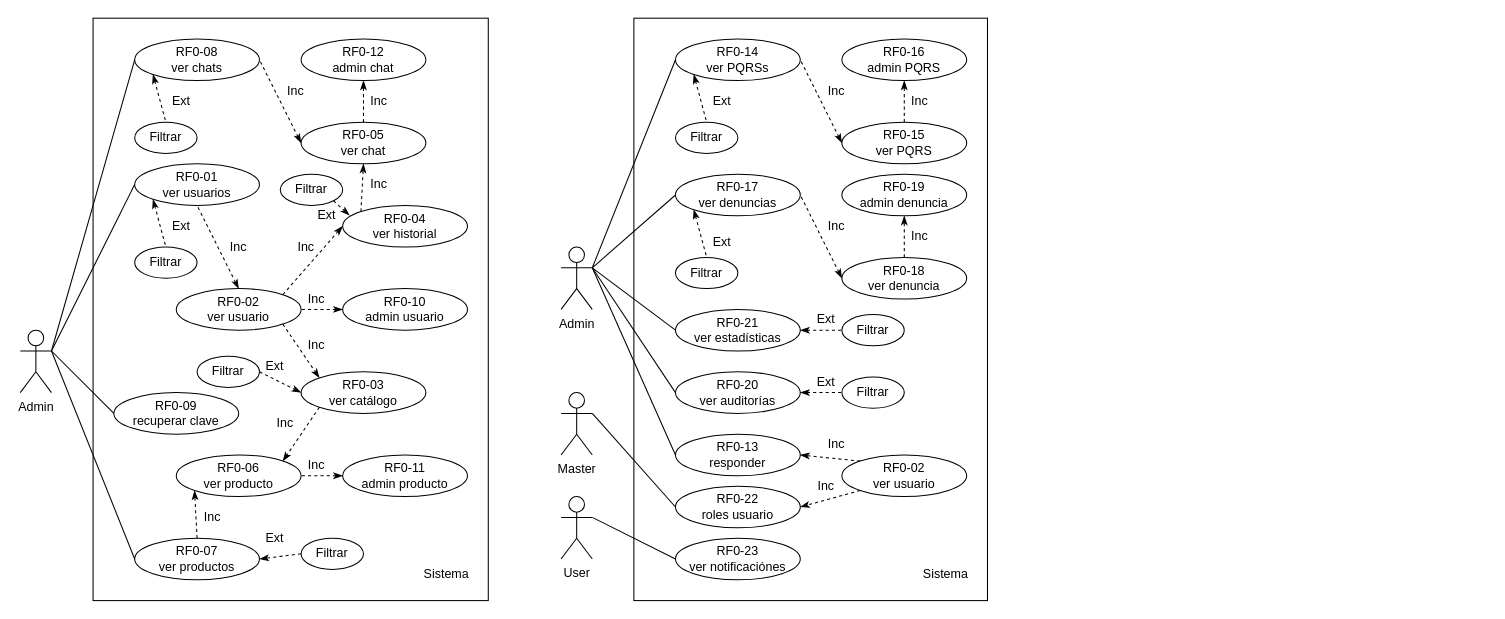
Before: Desktop/desktop.drawio in OmarsaurioJordan/tu_mercado_sena, a draw.io diagram. Source tidied: cells renumbered, new cells numbered last; positions are measured from the earlier drawing's top-left corner, leaving out a move shared by most shapes. Both pictures are drawn from the tidied source at 104%, with x=0, y=0 at pixel (20, 18).
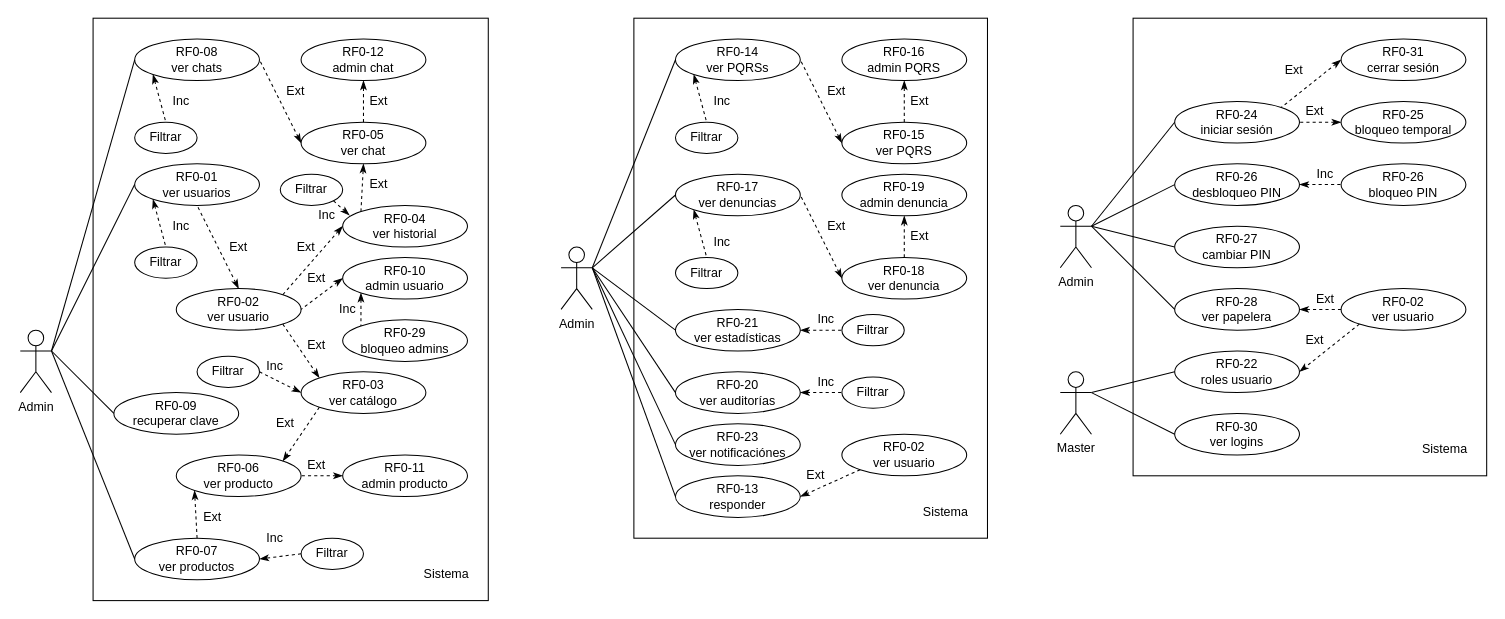
Above is the later version.

Commit message (it also covers changes not shown here):
agregados casos de uso, requerimientos y diagramas a desktop

The edit, as a diff of the source:
```diff
@@
     <mxCell id="2" style="rounded=0;whiteSpace=wrap;html=1;" parent="1" vertex="1">
-      <mxGeometry x="590" width="340" height="560" as="geometry" />
+      <mxGeometry x="590" width="340" height="500" as="geometry" />
     </mxCell>
@@
     <mxCell id="13" value="RF0-10&lt;div&gt;admin usuario&lt;/div&gt;" style="ellipse;whiteSpace=wrap;html=1;" parent="1" vertex="1">
-      <mxGeometry x="310" y="260" width="120" height="40" as="geometry" />
+      <mxGeometry x="310" y="230" width="120" height="40" as="geometry" />
     </mxCell>
@@
     <mxCell id="16" value="RF0-13&lt;div&gt;responder&lt;/div&gt;" style="ellipse;whiteSpace=wrap;html=1;" parent="1" vertex="1">
-      <mxGeometry x="630" y="400" width="120" height="40" as="geometry" />
+      <mxGeometry x="630" y="440" width="120" height="40" as="geometry" />
     </mxCell>
@@
-    <mxCell id="25" value="RF0-22&lt;div&gt;roles usuario&lt;/div&gt;" style="ellipse;whiteSpace=wrap;html=1;" parent="1" vertex="1">
-      <mxGeometry x="630" y="450" width="120" height="40" as="geometry" />
-    </mxCell>
     <mxCell id="26" value="RF0-23&lt;div&gt;ver notificaciónes&lt;/div&gt;" style="ellipse;whiteSpace=wrap;html=1;" parent="1" vertex="1">
-      <mxGeometry x="630" y="500" width="120" height="40" as="geometry" />
+      <mxGeometry x="630" y="390" width="120" height="40" as="geometry" />
     </mxCell>
@@
-    <mxCell id="47" value="Inc" style="text;html=1;align=center;verticalAlign=middle;whiteSpace=wrap;rounded=0;" parent="1" vertex="1">
+    <mxCell id="47" value="Ext" style="text;html=1;align=center;verticalAlign=middle;whiteSpace=wrap;rounded=0;" parent="1" vertex="1">
       <mxGeometry x="250" y="60" width="30" height="20" as="geometry" />
     </mxCell>
-    <mxCell id="48" value="Ext" style="text;html=1;align=center;verticalAlign=middle;whiteSpace=wrap;rounded=0;" parent="1" vertex="1">
+    <mxCell id="48" value="Inc" style="text;html=1;align=center;verticalAlign=middle;whiteSpace=wrap;rounded=0;" parent="1" vertex="1">
       <mxGeometry x="230" y="490" width="30" height="20" as="geometry" />
     </mxCell>
-    <mxCell id="49" value="Ext" style="text;html=1;align=center;verticalAlign=middle;whiteSpace=wrap;rounded=0;" parent="1" vertex="1">
+    <mxCell id="49" value="Inc" style="text;html=1;align=center;verticalAlign=middle;whiteSpace=wrap;rounded=0;" parent="1" vertex="1">
       <mxGeometry x="140" y="190" width="30" height="20" as="geometry" />
     </mxCell>
-    <mxCell id="50" value="Ext" style="text;html=1;align=center;verticalAlign=middle;whiteSpace=wrap;rounded=0;" parent="1" vertex="1">
+    <mxCell id="50" value="Inc" style="text;html=1;align=center;verticalAlign=middle;whiteSpace=wrap;rounded=0;" parent="1" vertex="1">
       <mxGeometry x="140" y="70" width="30" height="20" as="geometry" />
     </mxCell>
-    <mxCell id="51" value="Inc" style="text;html=1;align=center;verticalAlign=middle;whiteSpace=wrap;rounded=0;" parent="1" vertex="1">
+    <mxCell id="51" value="Ext" style="text;html=1;align=center;verticalAlign=middle;whiteSpace=wrap;rounded=0;" parent="1" vertex="1">
       <mxGeometry x="330" y="70" width="30" height="20" as="geometry" />
     </mxCell>
-    <mxCell id="52" value="Inc" style="text;html=1;align=center;verticalAlign=middle;whiteSpace=wrap;rounded=0;" parent="1" vertex="1">
+    <mxCell id="52" value="Ext" style="text;html=1;align=center;verticalAlign=middle;whiteSpace=wrap;rounded=0;" parent="1" vertex="1">
       <mxGeometry x="330" y="150" width="30" height="20" as="geometry" />
     </mxCell>
-    <mxCell id="53" value="Inc" style="text;html=1;align=center;verticalAlign=middle;whiteSpace=wrap;rounded=0;" parent="1" vertex="1">
+    <mxCell id="53" value="Ext" style="text;html=1;align=center;verticalAlign=middle;whiteSpace=wrap;rounded=0;" parent="1" vertex="1">
       <mxGeometry x="260" y="210" width="30" height="20" as="geometry" />
     </mxCell>
-    <mxCell id="54" value="Inc" style="text;html=1;align=center;verticalAlign=middle;whiteSpace=wrap;rounded=0;" parent="1" vertex="1">
+    <mxCell id="54" value="Ext" style="text;html=1;align=center;verticalAlign=middle;whiteSpace=wrap;rounded=0;" parent="1" vertex="1">
       <mxGeometry x="195" y="210" width="30" height="20" as="geometry" />
     </mxCell>
-    <mxCell id="55" value="Inc" style="text;html=1;align=center;verticalAlign=middle;whiteSpace=wrap;rounded=0;" parent="1" vertex="1">
-      <mxGeometry x="270" y="260" width="30" height="20" as="geometry" />
+    <mxCell id="55" value="Ext" style="text;html=1;align=center;verticalAlign=middle;whiteSpace=wrap;rounded=0;" parent="1" vertex="1">
+      <mxGeometry x="270" y="240" width="30" height="20" as="geometry" />
     </mxCell>
-    <mxCell id="56" value="Inc" style="text;html=1;align=center;verticalAlign=middle;whiteSpace=wrap;rounded=0;" parent="1" vertex="1">
+    <mxCell id="56" value="Ext" style="text;html=1;align=center;verticalAlign=middle;whiteSpace=wrap;rounded=0;" parent="1" vertex="1">
       <mxGeometry x="270" y="305" width="30" height="20" as="geometry" />
     </mxCell>
-    <mxCell id="57" value="Inc" style="text;html=1;align=center;verticalAlign=middle;whiteSpace=wrap;rounded=0;" parent="1" vertex="1">
+    <mxCell id="57" value="Ext" style="text;html=1;align=center;verticalAlign=middle;whiteSpace=wrap;rounded=0;" parent="1" vertex="1">
       <mxGeometry x="240" y="380" width="30" height="20" as="geometry" />
     </mxCell>
-    <mxCell id="58" value="Inc" style="text;html=1;align=center;verticalAlign=middle;whiteSpace=wrap;rounded=0;" parent="1" vertex="1">
+    <mxCell id="58" value="Ext" style="text;html=1;align=center;verticalAlign=middle;whiteSpace=wrap;rounded=0;" parent="1" vertex="1">
       <mxGeometry x="270" y="420" width="30" height="20" as="geometry" />
     </mxCell>
-    <mxCell id="59" value="Inc" style="text;html=1;align=center;verticalAlign=middle;whiteSpace=wrap;rounded=0;" parent="1" vertex="1">
+    <mxCell id="59" value="Ext" style="text;html=1;align=center;verticalAlign=middle;whiteSpace=wrap;rounded=0;" parent="1" vertex="1">
       <mxGeometry x="170" y="470" width="30" height="20" as="geometry" />
     </mxCell>
@@
     <mxCell id="63" value="Sistema" style="text;html=1;align=center;verticalAlign=middle;whiteSpace=wrap;rounded=0;" parent="1" vertex="1">
-      <mxGeometry x="860" y="520" width="60" height="30" as="geometry" />
+      <mxGeometry x="860" y="460" width="60" height="30" as="geometry" />
     </mxCell>
@@
-    <mxCell id="66" value="Ext" style="text;html=1;align=center;verticalAlign=middle;whiteSpace=wrap;rounded=0;" parent="1" vertex="1">
+    <mxCell id="66" value="Inc" style="text;html=1;align=center;verticalAlign=middle;whiteSpace=wrap;rounded=0;" parent="1" vertex="1">
       <mxGeometry x="660" y="70" width="30" height="20" as="geometry" />
     </mxCell>
@@
-    <mxCell id="69" value="Ext" style="text;html=1;align=center;verticalAlign=middle;whiteSpace=wrap;rounded=0;" parent="1" vertex="1">
+    <mxCell id="69" value="Inc" style="text;html=1;align=center;verticalAlign=middle;whiteSpace=wrap;rounded=0;" parent="1" vertex="1">
       <mxGeometry x="660" y="206" width="30" height="20" as="geometry" />
     </mxCell>
@@
-    <mxCell id="72" value="Inc" style="text;html=1;align=center;verticalAlign=middle;whiteSpace=wrap;rounded=0;" parent="1" vertex="1">
+    <mxCell id="72" value="Ext" style="text;html=1;align=center;verticalAlign=middle;whiteSpace=wrap;rounded=0;" parent="1" vertex="1">
       <mxGeometry x="770" y="60" width="30" height="20" as="geometry" />
     </mxCell>
-    <mxCell id="73" value="Inc" style="text;html=1;align=center;verticalAlign=middle;whiteSpace=wrap;rounded=0;" parent="1" vertex="1">
+    <mxCell id="73" value="Ext" style="text;html=1;align=center;verticalAlign=middle;whiteSpace=wrap;rounded=0;" parent="1" vertex="1">
       <mxGeometry x="850" y="70" width="30" height="20" as="geometry" />
     </mxCell>
@@
-    <mxCell id="76" value="Inc" style="text;html=1;align=center;verticalAlign=middle;whiteSpace=wrap;rounded=0;" parent="1" vertex="1">
+    <mxCell id="76" value="Ext" style="text;html=1;align=center;verticalAlign=middle;whiteSpace=wrap;rounded=0;" parent="1" vertex="1">
       <mxGeometry x="770" y="190" width="30" height="20" as="geometry" />
     </mxCell>
-    <mxCell id="77" value="Inc" style="text;html=1;align=center;verticalAlign=middle;whiteSpace=wrap;rounded=0;" parent="1" vertex="1">
+    <mxCell id="77" value="Ext" style="text;html=1;align=center;verticalAlign=middle;whiteSpace=wrap;rounded=0;" parent="1" vertex="1">
       <mxGeometry x="850" y="200" width="30" height="20" as="geometry" />
     </mxCell>
-    <mxCell id="78" value="User" style="shape=umlActor;verticalLabelPosition=bottom;verticalAlign=top;html=1;outlineConnect=0;" parent="1" vertex="1">
-      <mxGeometry x="520" y="460" width="30" height="60" as="geometry" />
-    </mxCell>
@@
-    <mxCell id="86" value="Ext" style="text;html=1;align=center;verticalAlign=middle;whiteSpace=wrap;rounded=0;" parent="1" vertex="1">
+    <mxCell id="86" value="Inc" style="text;html=1;align=center;verticalAlign=middle;whiteSpace=wrap;rounded=0;" parent="1" vertex="1">
       <mxGeometry x="760" y="280" width="30" height="20" as="geometry" />
     </mxCell>
-    <mxCell id="87" value="Ext" style="text;html=1;align=center;verticalAlign=middle;whiteSpace=wrap;rounded=0;" parent="1" vertex="1">
+    <mxCell id="87" value="Inc" style="text;html=1;align=center;verticalAlign=middle;whiteSpace=wrap;rounded=0;" parent="1" vertex="1">
       <mxGeometry x="760" y="340" width="30" height="20" as="geometry" />
     </mxCell>
@@
-    <mxCell id="89" value="Master" style="shape=umlActor;verticalLabelPosition=bottom;verticalAlign=top;html=1;outlineConnect=0;" parent="1" vertex="1">
-      <mxGeometry x="520" y="360" width="30" height="60" as="geometry" />
-    </mxCell>
-    <mxCell id="90" style="endArrow=none;html=1;rounded=0;entryX=0;entryY=0.5;entryDx=0;entryDy=0;exitX=1;exitY=0.3333333333333333;exitDx=0;exitDy=0;exitPerimeter=0;" parent="1" edge="1" source="89" target="25">
-      <mxGeometry relative="1" as="geometry" />
-    </mxCell>
-    <mxCell id="91" style="endArrow=none;html=1;rounded=0;entryX=0;entryY=0.5;entryDx=0;entryDy=0;exitX=1;exitY=0.3333333333333333;exitDx=0;exitDy=0;exitPerimeter=0;" parent="1" edge="1" source="78" target="26">
-      <mxGeometry relative="1" as="geometry" />
+    <mxCell id="91" style="endArrow=none;html=1;rounded=0;entryX=0;entryY=0.5;entryDx=0;entryDy=0;" parent="1" edge="1" target="26">
+      <mxGeometry relative="1" as="geometry">
+        <mxPoint x="550" y="240" as="sourcePoint" />
+      </mxGeometry>
     </mxCell>
     <mxCell id="92" value="RF0-02&lt;div&gt;ver usuario&lt;/div&gt;" style="ellipse;whiteSpace=wrap;html=1;" parent="1" vertex="1">
-      <mxGeometry x="790" y="420" width="120" height="40" as="geometry" />
+      <mxGeometry x="790" y="400" width="120" height="40" as="geometry" />
     </mxCell>
-    <mxCell id="93" style="endArrow=classicThin;dashed=1;html=1;rounded=0;entryX=1;entryY=0.5;entryDx=0;entryDy=0;startArrow=none;startFill=0;endFill=1;exitX=0;exitY=1;exitDx=0;exitDy=0;" parent="1" edge="1" source="92" target="25">
-      <mxGeometry relative="1" as="geometry" />
-    </mxCell>
-    <mxCell id="94" value="Inc" style="text;html=1;align=center;verticalAlign=middle;whiteSpace=wrap;rounded=0;" parent="1" vertex="1">
-      <mxGeometry x="760" y="440" width="30" height="20" as="geometry" />
-    </mxCell>
-    <mxCell id="95" style="endArrow=classicThin;dashed=1;html=1;rounded=0;entryX=1;entryY=0.5;entryDx=0;entryDy=0;startArrow=none;startFill=0;endFill=1;exitX=0;exitY=0;exitDx=0;exitDy=0;" parent="1" edge="1" source="92" target="16">
+    <mxCell id="95" style="endArrow=classicThin;dashed=1;html=1;rounded=0;entryX=1;entryY=0.5;entryDx=0;entryDy=0;startArrow=none;startFill=0;endFill=1;exitX=0;exitY=1;exitDx=0;exitDy=0;" parent="1" edge="1" source="92" target="16">
       <mxGeometry relative="1" as="geometry" />
     </mxCell>
-    <mxCell id="96" value="Inc" style="text;html=1;align=center;verticalAlign=middle;whiteSpace=wrap;rounded=0;" parent="1" vertex="1">
-      <mxGeometry x="770" y="400" width="30" height="20" as="geometry" />
+    <mxCell id="96" value="Ext" style="text;html=1;align=center;verticalAlign=middle;whiteSpace=wrap;rounded=0;" parent="1" vertex="1">
+      <mxGeometry x="750" y="430" width="30" height="20" as="geometry" />
     </mxCell>
@@
-    <mxCell id="99" value="Ext" style="text;html=1;align=center;verticalAlign=middle;whiteSpace=wrap;rounded=0;" parent="1" vertex="1">
+    <mxCell id="99" value="Inc" style="text;html=1;align=center;verticalAlign=middle;whiteSpace=wrap;rounded=0;" parent="1" vertex="1">
       <mxGeometry x="230" y="325" width="30" height="20" as="geometry" />
     </mxCell>
@@
-    <mxCell id="102" value="Ext" style="text;html=1;align=center;verticalAlign=middle;whiteSpace=wrap;rounded=0;" parent="1" vertex="1">
+    <mxCell id="102" value="Inc" style="text;html=1;align=center;verticalAlign=middle;whiteSpace=wrap;rounded=0;" parent="1" vertex="1">
       <mxGeometry x="280" y="180" width="30" height="20" as="geometry" />
     </mxCell>
@@
+    <mxCell id="104" style="rounded=0;whiteSpace=wrap;html=1;" parent="1" vertex="1">
+      <mxGeometry x="1070" width="340" height="440" as="geometry" />
+    </mxCell>
+    <mxCell id="105" value="RF0-24&lt;div&gt;iniciar sesión&lt;/div&gt;" style="ellipse;whiteSpace=wrap;html=1;" parent="1" vertex="1">
+      <mxGeometry x="1110" y="80" width="120" height="40" as="geometry" />
+    </mxCell>
+    <mxCell id="106" value="RF0-26&lt;div&gt;desbloqueo PIN&lt;/div&gt;" style="ellipse;whiteSpace=wrap;html=1;" parent="1" vertex="1">
+      <mxGeometry x="1110" y="140" width="120" height="40" as="geometry" />
+    </mxCell>
+    <mxCell id="107" value="Admin" style="shape=umlActor;verticalLabelPosition=bottom;verticalAlign=top;html=1;outlineConnect=0;" parent="1" vertex="1">
+      <mxGeometry x="1000" y="180" width="30" height="60" as="geometry" />
+    </mxCell>
+    <mxCell id="108" value="Sistema" style="text;html=1;align=center;verticalAlign=middle;whiteSpace=wrap;rounded=0;" parent="1" vertex="1">
+      <mxGeometry x="1340" y="400" width="60" height="30" as="geometry" />
+    </mxCell>
+    <mxCell id="109" style="endArrow=none;dashed=1;html=1;rounded=0;entryX=1;entryY=0.5;entryDx=0;entryDy=0;endFill=0;startArrow=classicThin;startFill=1;exitX=0;exitY=0.5;exitDx=0;exitDy=0;" parent="1" edge="1" source="116" target="105">
+      <mxGeometry relative="1" as="geometry" />
+    </mxCell>
+    <mxCell id="110" value="Ext" style="text;html=1;align=center;verticalAlign=middle;whiteSpace=wrap;rounded=0;" parent="1" vertex="1">
+      <mxGeometry x="1230" y="80" width="30" height="20" as="geometry" />
+    </mxCell>
+    <mxCell id="111" style="endArrow=none;html=1;rounded=0;entryX=0;entryY=0.5;entryDx=0;entryDy=0;exitX=1;exitY=0.3333333333333333;exitDx=0;exitDy=0;exitPerimeter=0;" parent="1" edge="1" source="107" target="118">
+      <mxGeometry relative="1" as="geometry" />
+    </mxCell>
+    <mxCell id="112" style="endArrow=none;html=1;rounded=0;entryX=0;entryY=0.5;entryDx=0;entryDy=0;" parent="1" edge="1" target="106">
+      <mxGeometry relative="1" as="geometry">
+        <mxPoint x="1030" y="200" as="sourcePoint" />
+      </mxGeometry>
+    </mxCell>
+    <mxCell id="113" style="endArrow=none;html=1;rounded=0;entryX=0;entryY=0.5;entryDx=0;entryDy=0;" parent="1" edge="1" target="105">
+      <mxGeometry relative="1" as="geometry">
+        <mxPoint x="1030" y="200" as="sourcePoint" />
+      </mxGeometry>
+    </mxCell>
+    <mxCell id="114" style="endArrow=none;dashed=1;html=1;rounded=0;exitX=1;exitY=0.5;exitDx=0;exitDy=0;entryX=0;entryY=0.5;entryDx=0;entryDy=0;endFill=0;startArrow=classicThin;startFill=1;" parent="1" edge="1" source="106" target="117">
+      <mxGeometry relative="1" as="geometry" />
+    </mxCell>
+    <mxCell id="115" value="Inc" style="text;html=1;align=center;verticalAlign=middle;whiteSpace=wrap;rounded=0;" parent="1" vertex="1">
+      <mxGeometry x="1240" y="140" width="30" height="20" as="geometry" />
+    </mxCell>
+    <mxCell id="116" value="RF0-25&lt;div&gt;bloqueo temporal&lt;/div&gt;" style="ellipse;whiteSpace=wrap;html=1;" parent="1" vertex="1">
+      <mxGeometry x="1270" y="80" width="120" height="40" as="geometry" />
+    </mxCell>
+    <mxCell id="117" value="RF0-26&lt;div&gt;bloqueo PIN&lt;/div&gt;" style="ellipse;whiteSpace=wrap;html=1;" parent="1" vertex="1">
+      <mxGeometry x="1270" y="140" width="120" height="40" as="geometry" />
+    </mxCell>
+    <mxCell id="118" value="RF0-27&lt;div&gt;cambiar PIN&lt;/div&gt;" style="ellipse;whiteSpace=wrap;html=1;" parent="1" vertex="1">
+      <mxGeometry x="1110" y="200" width="120" height="40" as="geometry" />
+    </mxCell>
+    <mxCell id="119" value="RF0-28&lt;div&gt;ver papelera&lt;/div&gt;" style="ellipse;whiteSpace=wrap;html=1;" parent="1" vertex="1">
+      <mxGeometry x="1110" y="260" width="120" height="40" as="geometry" />
+    </mxCell>
+    <mxCell id="120" style="endArrow=none;html=1;rounded=0;entryX=0;entryY=0.5;entryDx=0;entryDy=0;" parent="1" edge="1" target="119">
+      <mxGeometry relative="1" as="geometry">
+        <mxPoint x="1030" y="200" as="sourcePoint" />
+      </mxGeometry>
+    </mxCell>
+    <mxCell id="121" value="RF0-02&lt;div&gt;ver usuario&lt;/div&gt;" style="ellipse;whiteSpace=wrap;html=1;" parent="1" vertex="1">
+      <mxGeometry x="1270" y="260" width="120" height="40" as="geometry" />
+    </mxCell>
+    <mxCell id="122" style="endArrow=classicThin;dashed=1;html=1;rounded=0;entryX=1;entryY=0.5;entryDx=0;entryDy=0;startArrow=none;startFill=0;endFill=1;exitX=0;exitY=0.5;exitDx=0;exitDy=0;" parent="1" edge="1" source="121" target="119">
+      <mxGeometry relative="1" as="geometry" />
+    </mxCell>
+    <mxCell id="123" value="Ext" style="text;html=1;align=center;verticalAlign=middle;whiteSpace=wrap;rounded=0;" parent="1" vertex="1">
+      <mxGeometry x="1240" y="260" width="30" height="20" as="geometry" />
+    </mxCell>
+    <mxCell id="124" value="RF0-29&lt;div&gt;bloqueo admins&lt;/div&gt;" style="ellipse;whiteSpace=wrap;html=1;" parent="1" vertex="1">
+      <mxGeometry x="310" y="290" width="120" height="40" as="geometry" />
+    </mxCell>
+    <mxCell id="125" style="endArrow=none;dashed=1;html=1;rounded=0;exitX=0;exitY=1;exitDx=0;exitDy=0;entryX=0;entryY=0;entryDx=0;entryDy=0;startArrow=classicThin;startFill=1;" parent="1" edge="1" source="13" target="124">
+      <mxGeometry relative="1" as="geometry" />
+    </mxCell>
+    <mxCell id="126" value="Inc" style="text;html=1;align=center;verticalAlign=middle;whiteSpace=wrap;rounded=0;" parent="1" vertex="1">
+      <mxGeometry x="300" y="270" width="30" height="20" as="geometry" />
+    </mxCell>
+    <mxCell id="89" value="Master" style="shape=umlActor;verticalLabelPosition=bottom;verticalAlign=top;html=1;outlineConnect=0;" parent="1" vertex="1">
+      <mxGeometry x="1000" y="340" width="30" height="60" as="geometry" />
+    </mxCell>
+    <mxCell id="127" value="RF0-30&lt;div&gt;ver logins&lt;/div&gt;" style="ellipse;whiteSpace=wrap;html=1;" parent="1" vertex="1">
+      <mxGeometry x="1110" y="380" width="120" height="40" as="geometry" />
+    </mxCell>
+    <mxCell id="128" style="endArrow=none;html=1;rounded=0;entryX=0;entryY=0.5;entryDx=0;entryDy=0;exitX=1;exitY=0.3333333333333333;exitDx=0;exitDy=0;exitPerimeter=0;" parent="1" edge="1" source="89" target="127">
+      <mxGeometry relative="1" as="geometry" />
+    </mxCell>
+    <mxCell id="25" value="RF0-22&lt;div&gt;roles usuario&lt;/div&gt;" style="ellipse;whiteSpace=wrap;html=1;" parent="1" vertex="1">
+      <mxGeometry x="1110" y="320" width="120" height="40" as="geometry" />
+    </mxCell>
+    <mxCell id="129" style="endArrow=classicThin;dashed=1;html=1;rounded=0;entryX=1;entryY=0.5;entryDx=0;entryDy=0;startArrow=none;startFill=0;endFill=1;exitX=0;exitY=1;exitDx=0;exitDy=0;" parent="1" edge="1" source="121" target="25">
+      <mxGeometry relative="1" as="geometry" />
+    </mxCell>
+    <mxCell id="130" value="Ext" style="text;html=1;align=center;verticalAlign=middle;whiteSpace=wrap;rounded=0;" parent="1" vertex="1">
+      <mxGeometry x="1230" y="300" width="30" height="20" as="geometry" />
+    </mxCell>
+    <mxCell id="131" style="endArrow=none;html=1;rounded=0;entryX=0;entryY=0.5;entryDx=0;entryDy=0;" parent="1" edge="1" target="25">
+      <mxGeometry relative="1" as="geometry">
+        <mxPoint x="1030" y="360" as="sourcePoint" />
+      </mxGeometry>
+    </mxCell>
+    <mxCell id="132" value="RF0-31&lt;div&gt;cerrar sesión&lt;/div&gt;" style="ellipse;whiteSpace=wrap;html=1;" parent="1" vertex="1">
+      <mxGeometry x="1270" y="20" width="120" height="40" as="geometry" />
+    </mxCell>
+    <mxCell id="133" style="endArrow=none;dashed=1;html=1;rounded=0;entryX=1;entryY=0;entryDx=0;entryDy=0;endFill=0;startArrow=classicThin;startFill=1;exitX=0;exitY=0.5;exitDx=0;exitDy=0;" parent="1" edge="1" source="132" target="105">
+      <mxGeometry relative="1" as="geometry" />
+    </mxCell>
+    <mxCell id="134" value="Ext" style="text;html=1;align=center;verticalAlign=middle;whiteSpace=wrap;rounded=0;" parent="1" vertex="1">
+      <mxGeometry x="1210" y="40" width="30" height="20" as="geometry" />
+    </mxCell>
```
